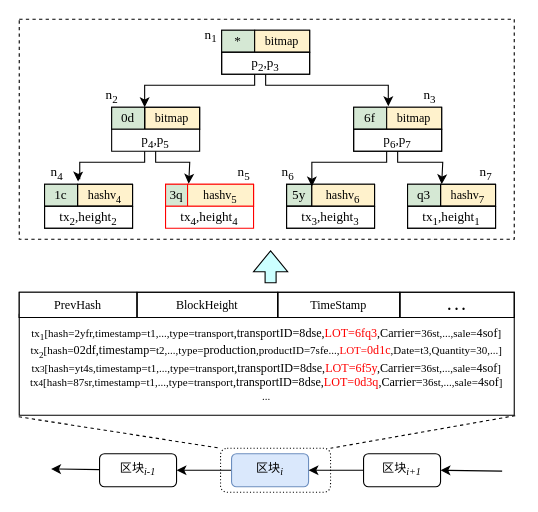
Earlier version of the draw.io diagram page "3.5" (8 of 21) of 未命名绘图.drawio (jue73/7339). Source tidied: cells renumbered, new cells numbered last; positions are measured from the earlier drawing's top-left corner, leaving out a move shared by most shapes. Both pictures are drawn from the tidied source at 110%, with x=0, y=0 at pixel (19, 19).
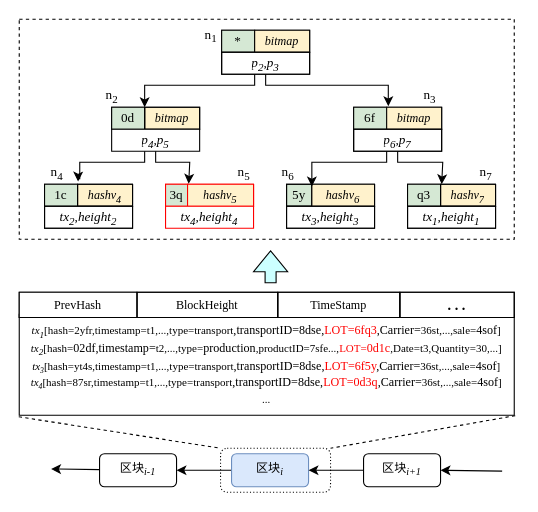
The same diagram, later.

Commit message (it also covers changes not shown here):
更新未命名绘图.drawio

Unchanged cells that the change refers to:
```xml
<mxCell id="4" style="shape=tableRow;horizontal=0;startSize=0;swimlaneHead=0;swimlaneBody=0;top=0;left=0;bottom=0;right=0;fillColor=none;points=[[0,0.5],[1,0.5]];portConstraint=eastwest;rounded=1;labelBorderColor=#FFFFFF;fontFamily=Times New Roman;fontSize=11;" parent="3" vertex="1">
  <mxGeometry width="450" height="92" as="geometry" />
</mxCell>
<mxCell id="23" style="shape=tableRow;horizontal=0;startSize=0;swimlaneHead=0;swimlaneBody=0;strokeColor=inherit;top=0;left=0;bottom=0;right=0;fillColor=none;points=[[0,0.5],[1,0.5]];portConstraint=eastwest;" parent="22" vertex="1">
  <mxGeometry width="80" height="20" as="geometry" />
</mxCell>
<mxCell id="27" style="shape=tableRow;horizontal=0;startSize=0;swimlaneHead=0;swimlaneBody=0;strokeColor=inherit;top=0;left=0;bottom=0;right=0;fillColor=none;points=[[0,0.5],[1,0.5]];portConstraint=eastwest;absoluteArcSize=0;labelBorderColor=#FF0000;" parent="26" vertex="1">
  <mxGeometry width="80" height="20" as="geometry" />
</mxCell>
<mxCell id="31" style="shape=tableRow;horizontal=0;startSize=0;swimlaneHead=0;swimlaneBody=0;strokeColor=inherit;top=0;left=0;bottom=0;right=0;fillColor=none;" parent="30" vertex="1">
  <mxGeometry width="80" height="20" as="geometry" />
</mxCell>
<mxCell id="35" style="shape=tableRow;horizontal=0;startSize=0;swimlaneHead=0;swimlaneBody=0;strokeColor=inherit;top=0;left=0;bottom=0;right=0;fillColor=none;points=[[0,0.5],[1,0.5]];portConstraint=eastwest;" parent="34" vertex="1">
  <mxGeometry width="80" height="20" as="geometry" />
</mxCell>
<mxCell id="39" style="shape=tableRow;horizontal=0;startSize=0;swimlaneHead=0;swimlaneBody=0;strokeColor=inherit;top=0;left=0;bottom=0;right=0;fillColor=none;points=[[0,0.5],[1,0.5]];portConstraint=eastwest;" parent="38" vertex="1">
  <mxGeometry width="80" height="20" as="geometry" />
</mxCell>
<mxCell id="43" style="shape=tableRow;horizontal=0;startSize=0;swimlaneHead=0;swimlaneBody=0;strokeColor=inherit;top=0;left=0;bottom=0;right=0;fillColor=none;points=[[0,0.5],[1,0.5]];portConstraint=eastwest;" parent="42" vertex="1">
  <mxGeometry width="80" height="20" as="geometry" />
</mxCell>
<mxCell id="47" style="shape=tableRow;horizontal=0;startSize=0;swimlaneHead=0;swimlaneBody=0;strokeColor=inherit;top=0;left=0;bottom=0;right=0;fillColor=none;" parent="46" vertex="1">
  <mxGeometry width="80" height="20" as="geometry" />
</mxCell>
<mxCell id="52" style="shape=tableRow;horizontal=0;startSize=0;swimlaneHead=0;swimlaneBody=0;strokeColor=inherit;top=0;left=0;bottom=0;right=0;fillColor=none;" parent="51" vertex="1">
  <mxGeometry width="80" height="20" as="geometry" />
</mxCell>
<mxCell id="57" style="shape=tableRow;horizontal=0;startSize=0;swimlaneHead=0;swimlaneBody=0;strokeColor=inherit;top=0;left=0;bottom=0;right=0;fillColor=none;" parent="56" vertex="1">
  <mxGeometry width="80" height="20" as="geometry" />
</mxCell>
<mxCell id="60" style="shape=tableRow;horizontal=0;startSize=0;swimlaneHead=0;swimlaneBody=0;strokeColor=inherit;top=0;left=0;bottom=0;right=0;fillColor=none;points=[[0,0.5],[1,0.5]];portConstraint=eastwest;" parent="59" vertex="1">
  <mxGeometry width="80" height="20" as="geometry" />
</mxCell>
<mxCell id="63" style="shape=tableRow;horizontal=0;startSize=0;swimlaneHead=0;swimlaneBody=0;strokeColor=inherit;top=0;left=0;bottom=0;right=0;fillColor=none;" parent="62" vertex="1">
  <mxGeometry width="80" height="20" as="geometry" />
</mxCell>
<mxCell id="66" style="shape=tableRow;horizontal=0;startSize=0;swimlaneHead=0;swimlaneBody=0;strokeColor=inherit;top=0;left=0;bottom=0;right=0;fillColor=none;" parent="65" vertex="1">
  <mxGeometry width="80" height="20" as="geometry" />
</mxCell>
<mxCell id="69" style="shape=tableRow;horizontal=0;startSize=0;swimlaneHead=0;swimlaneBody=0;strokeColor=inherit;top=0;left=0;bottom=0;right=0;fillColor=none;points=[[0,0.5],[1,0.5]];portConstraint=eastwest;" parent="68" vertex="1">
  <mxGeometry width="80" height="20" as="geometry" />
</mxCell>
<mxCell id="72" style="shape=tableRow;horizontal=0;startSize=0;swimlaneHead=0;swimlaneBody=0;strokeColor=inherit;top=0;left=0;bottom=0;right=0;fillColor=none;points=[[0,0.5],[1,0.5]];portConstraint=eastwest;" parent="71" vertex="1">
  <mxGeometry width="80" height="20" as="geometry" />
</mxCell>
```

The edit, as a diff of the source:
```diff
@@
+    <mxCell id="86" style="rounded=0;whiteSpace=wrap;html=1;fillColor=none;dashed=1;" parent="1" vertex="1">
+      <mxGeometry width="450" height="200" as="geometry" />
+    </mxCell>
@@
-    <mxCell id="5" value="&lt;span style=&quot;font-size: 10px;&quot;&gt;tx&lt;sub&gt;1&lt;/sub&gt;[hash=2yfr,timestamp=t1,...,type=transport&lt;/span&gt;&lt;span style=&quot;font-family: &amp;quot;Times New Roman&amp;quot;, serif;&quot; lang=&quot;EN-US&quot;&gt;,transportID=8dse&lt;/span&gt;,&lt;font color=&quot;#ff0000&quot;&gt;LOT=6fq3&lt;/font&gt;,Carrier=&lt;span style=&quot;font-size: 10px;&quot;&gt;36st,&lt;/span&gt;&lt;span style=&quot;font-size: 10px;&quot;&gt;...,sale=&lt;/span&gt;&lt;span style=&quot;font-family: &amp;quot;Times New Roman&amp;quot;, serif;&quot; lang=&quot;EN-US&quot;&gt;&lt;font style=&quot;font-size: 11px;&quot;&gt;4sof&lt;/font&gt;&lt;/span&gt;&lt;span style=&quot;font-size: 10px;&quot;&gt;]&lt;/span&gt;&lt;div&gt;&lt;font face=&quot;Times New Roman&quot;&gt;&lt;span style=&quot;font-size: 10px;&quot;&gt;tx&lt;sub&gt;2&lt;/sub&gt;[hash=&lt;/span&gt;02df,timestamp=&lt;span style=&quot;font-size: 10px;&quot;&gt;t2,...,type=&lt;/span&gt;&lt;/font&gt;&lt;span style=&quot;font-family: &amp;quot;Times New Roman&amp;quot;, serif;&quot;&gt;production&lt;/span&gt;&lt;font face=&quot;Times New Roman&quot;&gt;&lt;span style=&quot;&quot; lang=&quot;EN-US&quot;&gt;&lt;font style=&quot;font-size: 10px;&quot;&gt;,productID=7sfe...,&lt;font color=&quot;#ff0000&quot;&gt;LOT=&lt;/font&gt;&lt;/font&gt;&lt;/span&gt;&lt;span style=&quot;border-color: var(--border-color); font-size: 10px;&quot;&gt;&lt;span style=&quot;font-size: 11px;&quot;&gt;&lt;font color=&quot;#ff0000&quot;&gt;0d1c&lt;/font&gt;&lt;/span&gt;,Date=t3,Quantity=30,&lt;/span&gt;&lt;span style=&quot;font-size: 10px;&quot;&gt;...]&lt;/span&gt;&lt;/font&gt;&lt;/div&gt;&lt;div&gt;&lt;span style=&quot;background-color: initial; font-size: 10px;&quot;&gt;tx&lt;/span&gt;&lt;span style=&quot;background-color: initial; font-size: 8.33333px;&quot;&gt;3&lt;/span&gt;&lt;span style=&quot;background-color: initial; font-size: 10px;&quot;&gt;[hash=yt4s,timestamp=t1,...,type=transport&lt;/span&gt;&lt;span style=&quot;background-color: initial; font-family: &amp;quot;Times New Roman&amp;quot;, serif;&quot; lang=&quot;EN-US&quot;&gt;,transportID=8dse&lt;/span&gt;&lt;span style=&quot;background-color: initial;&quot;&gt;,&lt;font color=&quot;#ff0000&quot;&gt;LOT=6f5y&lt;/font&gt;,Carrier=&lt;/span&gt;&lt;span style=&quot;background-color: initial; font-size: 10px;&quot;&gt;36st,&lt;/span&gt;&lt;span style=&quot;background-color: initial; font-size: 10px;&quot;&gt;...,sale=&lt;/span&gt;&lt;span style=&quot;background-color: initial; font-family: &amp;quot;Times New Roman&amp;quot;, serif;&quot; lang=&quot;EN-US&quot;&gt;4sof&lt;/span&gt;&lt;span style=&quot;background-color: initial; font-size: 10px;&quot;&gt;]&lt;/span&gt;&lt;/div&gt;&lt;div&gt;&lt;span style=&quot;font-size: 10px;&quot;&gt;tx&lt;/span&gt;&lt;span style=&quot;font-size: 8.33333px;&quot;&gt;4&lt;/span&gt;&lt;span style=&quot;font-size: 10px;&quot;&gt;[hash=87sr,timestamp=t1,...,type=transport&lt;/span&gt;&lt;span style=&quot;font-family: &amp;quot;Times New Roman&amp;quot;, serif;&quot; lang=&quot;EN-US&quot;&gt;,transportID=8dse&lt;/span&gt;,&lt;font color=&quot;#ff0000&quot;&gt;LOT=0d3q&lt;/font&gt;,Carrier=&lt;span style=&quot;font-size: 10px;&quot;&gt;36st,&lt;/span&gt;&lt;span style=&quot;font-size: 10px;&quot;&gt;...,sale=&lt;/span&gt;&lt;span style=&quot;font-family: &amp;quot;Times New Roman&amp;quot;, serif;&quot; lang=&quot;EN-US&quot;&gt;4sof&lt;/span&gt;&lt;span style=&quot;font-size: 10px;&quot;&gt;]&lt;/span&gt;&lt;div&gt;&lt;span style=&quot;font-size: 10px;&quot;&gt;...&lt;/span&gt;&lt;/div&gt;&lt;/div&gt;" style="shape=partialRectangle;html=1;whiteSpace=wrap;overflow=hidden;fillColor=none;top=0;left=0;bottom=0;right=0;rounded=1;labelBorderColor=#FFFFFF;fontFamily=Times New Roman;fontSize=11;" parent="4" vertex="1">
+    <mxCell id="5" value="&lt;span style=&quot;font-size: 10px;&quot;&gt;&lt;i&gt;tx&lt;sub&gt;1&lt;/sub&gt;&lt;/i&gt;[hash=2yfr,timestamp=t1,...,type=transport&lt;/span&gt;&lt;span style=&quot;font-family: &amp;quot;Times New Roman&amp;quot;, serif;&quot; lang=&quot;EN-US&quot;&gt;,transportID=8dse&lt;/span&gt;,&lt;font color=&quot;#ff0000&quot;&gt;LOT=6fq3&lt;/font&gt;,Carrier=&lt;span style=&quot;font-size: 10px;&quot;&gt;36st,&lt;/span&gt;&lt;span style=&quot;font-size: 10px;&quot;&gt;...,sale=&lt;/span&gt;&lt;span style=&quot;font-family: &amp;quot;Times New Roman&amp;quot;, serif;&quot; lang=&quot;EN-US&quot;&gt;&lt;font style=&quot;font-size: 11px;&quot;&gt;4sof&lt;/font&gt;&lt;/span&gt;&lt;span style=&quot;font-size: 10px;&quot;&gt;]&lt;/span&gt;&lt;div&gt;&lt;font face=&quot;Times New Roman&quot;&gt;&lt;span style=&quot;font-size: 10px;&quot;&gt;&lt;i&gt;tx&lt;sub&gt;2&lt;/sub&gt;&lt;/i&gt;[hash=&lt;/span&gt;02df,timestamp=&lt;span style=&quot;font-size: 10px;&quot;&gt;t2,...,type=&lt;/span&gt;&lt;/font&gt;&lt;span style=&quot;font-family: &amp;quot;Times New Roman&amp;quot;, serif;&quot;&gt;production&lt;/span&gt;&lt;font face=&quot;Times New Roman&quot;&gt;&lt;span style=&quot;&quot; lang=&quot;EN-US&quot;&gt;&lt;font style=&quot;font-size: 10px;&quot;&gt;,productID=7sfe...,&lt;font color=&quot;#ff0000&quot;&gt;LOT=&lt;/font&gt;&lt;/font&gt;&lt;/span&gt;&lt;span style=&quot;border-color: var(--border-color); font-size: 10px;&quot;&gt;&lt;span style=&quot;font-size: 11px;&quot;&gt;&lt;font color=&quot;#ff0000&quot;&gt;0d1c&lt;/font&gt;&lt;/span&gt;,Date=t3,Quantity=30,&lt;/span&gt;&lt;span style=&quot;font-size: 10px;&quot;&gt;...]&lt;/span&gt;&lt;/font&gt;&lt;/div&gt;&lt;div&gt;&lt;i&gt;&lt;span style=&quot;background-color: initial; font-size: 10px;&quot;&gt;tx&lt;/span&gt;&lt;span style=&quot;background-color: initial; font-size: 8.33333px;&quot;&gt;&lt;sub&gt;3&lt;/sub&gt;&lt;/span&gt;&lt;/i&gt;&lt;span style=&quot;background-color: initial; font-size: 10px;&quot;&gt;[hash=yt4s,timestamp=t1,...,type=transport&lt;/span&gt;&lt;span style=&quot;background-color: initial; font-family: &amp;quot;Times New Roman&amp;quot;, serif;&quot; lang=&quot;EN-US&quot;&gt;,transportID=8dse&lt;/span&gt;&lt;span style=&quot;background-color: initial;&quot;&gt;,&lt;font color=&quot;#ff0000&quot;&gt;LOT=6f5y&lt;/font&gt;,Carrier=&lt;/span&gt;&lt;span style=&quot;background-color: initial; font-size: 10px;&quot;&gt;36st,&lt;/span&gt;&lt;span style=&quot;background-color: initial; font-size: 10px;&quot;&gt;...,sale=&lt;/span&gt;&lt;span style=&quot;background-color: initial; font-family: &amp;quot;Times New Roman&amp;quot;, serif;&quot; lang=&quot;EN-US&quot;&gt;4sof&lt;/span&gt;&lt;span style=&quot;background-color: initial; font-size: 10px;&quot;&gt;]&lt;/span&gt;&lt;/div&gt;&lt;div&gt;&lt;i&gt;&lt;span style=&quot;font-size: 10px;&quot;&gt;tx&lt;/span&gt;&lt;span style=&quot;font-size: 8.33333px;&quot;&gt;&lt;sub&gt;4&lt;/sub&gt;&lt;/span&gt;&lt;/i&gt;&lt;span style=&quot;font-size: 10px;&quot;&gt;[hash=87sr,timestamp=t1,...,type=transport&lt;/span&gt;&lt;span style=&quot;font-family: &amp;quot;Times New Roman&amp;quot;, serif;&quot; lang=&quot;EN-US&quot;&gt;,transportID=8dse&lt;/span&gt;,&lt;font color=&quot;#ff0000&quot;&gt;LOT=0d3q&lt;/font&gt;,Carrier=&lt;span style=&quot;font-size: 10px;&quot;&gt;36st,&lt;/span&gt;&lt;span style=&quot;font-size: 10px;&quot;&gt;...,sale=&lt;/span&gt;&lt;span style=&quot;font-family: &amp;quot;Times New Roman&amp;quot;, serif;&quot; lang=&quot;EN-US&quot;&gt;4sof&lt;/span&gt;&lt;span style=&quot;font-size: 10px;&quot;&gt;]&lt;/span&gt;&lt;div&gt;&lt;span style=&quot;font-size: 10px;&quot;&gt;...&lt;/span&gt;&lt;/div&gt;&lt;/div&gt;" style="shape=partialRectangle;html=1;whiteSpace=wrap;overflow=hidden;fillColor=none;top=0;left=0;bottom=0;right=0;rounded=1;labelBorderColor=#FFFFFF;fontFamily=Times New Roman;fontSize=11;" parent="4" vertex="1">
       <mxGeometry width="450" height="92" as="geometry" />
     </mxCell>
@@
-    <mxCell id="25" value="&lt;span style=&quot;&quot; lang=&quot;EN-US&quot;&gt;&lt;font style=&quot;font-size: 11px;&quot; face=&quot;Times New Roman&quot;&gt;hashv&lt;sub&gt;4&lt;/sub&gt;&lt;/font&gt;&lt;/span&gt;" style="shape=partialRectangle;html=1;whiteSpace=wrap;strokeColor=inherit;overflow=hidden;fillColor=none;top=1;left=1;bottom=1;right=1;" parent="23" vertex="1">
+    <mxCell id="25" value="&lt;span style=&quot;&quot; lang=&quot;EN-US&quot;&gt;&lt;font style=&quot;font-size: 11px;&quot; face=&quot;Times New Roman&quot;&gt;&lt;i&gt;hashv&lt;sub&gt;4&lt;/sub&gt;&lt;/i&gt;&lt;/font&gt;&lt;/span&gt;" style="shape=partialRectangle;html=1;whiteSpace=wrap;strokeColor=inherit;overflow=hidden;fillColor=none;top=1;left=1;bottom=1;right=1;" parent="23" vertex="1">
       <mxGeometry x="30" width="50" height="20" as="geometry" />
     </mxCell>
@@
-    <mxCell id="29" value="&lt;span style=&quot;font-family: &amp;quot;Times New Roman&amp;quot;; font-size: 11px;&quot;&gt;hashv&lt;/span&gt;&lt;sub style=&quot;font-family: &amp;quot;Times New Roman&amp;quot;;&quot;&gt;5&lt;/sub&gt;" style="shape=partialRectangle;html=1;whiteSpace=wrap;strokeColor=#FF0000;overflow=hidden;fillColor=#fff2cc;top=1;left=1;bottom=1;right=1;" parent="27" vertex="1">
+    <mxCell id="29" value="&lt;i&gt;&lt;span style=&quot;font-family: &amp;quot;Times New Roman&amp;quot;; font-size: 11px;&quot;&gt;hashv&lt;/span&gt;&lt;sub style=&quot;font-family: &amp;quot;Times New Roman&amp;quot;;&quot;&gt;5&lt;/sub&gt;&lt;/i&gt;" style="shape=partialRectangle;html=1;whiteSpace=wrap;strokeColor=#FF0000;overflow=hidden;fillColor=#fff2cc;top=1;left=1;bottom=1;right=1;" parent="27" vertex="1">
       <mxGeometry x="20" width="60" height="20" as="geometry" />
     </mxCell>
@@
-    <mxCell id="33" value="&lt;span style=&quot;font-family: &amp;quot;Times New Roman&amp;quot;; font-size: 11px;&quot;&gt;hashv&lt;/span&gt;&lt;sub style=&quot;font-family: &amp;quot;Times New Roman&amp;quot;;&quot;&gt;6&lt;/sub&gt;" style="shape=partialRectangle;html=1;whiteSpace=wrap;strokeColor=#000000;overflow=hidden;fillColor=#fff2cc;top=1;left=1;bottom=1;right=1;" parent="31" vertex="1">
+    <mxCell id="33" value="&lt;i&gt;&lt;span style=&quot;font-family: &amp;quot;Times New Roman&amp;quot;; font-size: 11px;&quot;&gt;hashv&lt;/span&gt;&lt;sub style=&quot;font-family: &amp;quot;Times New Roman&amp;quot;;&quot;&gt;6&lt;/sub&gt;&lt;/i&gt;" style="shape=partialRectangle;html=1;whiteSpace=wrap;strokeColor=#000000;overflow=hidden;fillColor=#fff2cc;top=1;left=1;bottom=1;right=1;" parent="31" vertex="1">
       <mxGeometry x="23" width="57" height="20" as="geometry" />
     </mxCell>
@@
-    <mxCell id="37" value="&lt;span style=&quot;font-family: &amp;quot;Times New Roman&amp;quot;; font-size: 11px;&quot;&gt;hashv&lt;/span&gt;&lt;sub style=&quot;font-family: &amp;quot;Times New Roman&amp;quot;;&quot;&gt;7&lt;/sub&gt;" style="shape=partialRectangle;html=1;whiteSpace=wrap;strokeColor=inherit;overflow=hidden;fillColor=none;top=1;left=1;bottom=1;right=1;" parent="35" vertex="1">
+    <mxCell id="37" value="&lt;i&gt;&lt;span style=&quot;font-family: &amp;quot;Times New Roman&amp;quot;; font-size: 11px;&quot;&gt;hashv&lt;/span&gt;&lt;sub style=&quot;font-family: &amp;quot;Times New Roman&amp;quot;;&quot;&gt;7&lt;/sub&gt;&lt;/i&gt;" style="shape=partialRectangle;html=1;whiteSpace=wrap;strokeColor=inherit;overflow=hidden;fillColor=none;top=1;left=1;bottom=1;right=1;" parent="35" vertex="1">
       <mxGeometry x="30" width="50" height="20" as="geometry" />
     </mxCell>
@@
-    <mxCell id="41" value="&lt;span style=&quot;&quot; lang=&quot;EN-US&quot;&gt;&lt;font style=&quot;font-size: 11px;&quot; face=&quot;Times New Roman&quot;&gt;bitmap&lt;/font&gt;&lt;/span&gt;" style="shape=partialRectangle;html=1;whiteSpace=wrap;strokeColor=inherit;overflow=hidden;fillColor=none;top=1;left=1;bottom=1;right=1;" parent="39" vertex="1">
+    <mxCell id="41" value="&lt;span style=&quot;&quot; lang=&quot;EN-US&quot;&gt;&lt;font style=&quot;font-size: 11px;&quot; face=&quot;Times New Roman&quot;&gt;&lt;i&gt;bitmap&lt;/i&gt;&lt;/font&gt;&lt;/span&gt;" style="shape=partialRectangle;html=1;whiteSpace=wrap;strokeColor=inherit;overflow=hidden;fillColor=none;top=1;left=1;bottom=1;right=1;" parent="39" vertex="1">
       <mxGeometry x="30" width="50" height="20" as="geometry" />
     </mxCell>
@@
-    <mxCell id="45" value="&lt;span style=&quot;&quot; lang=&quot;EN-US&quot;&gt;&lt;font style=&quot;font-size: 11px;&quot; face=&quot;Times New Roman&quot;&gt;bitmap&lt;/font&gt;&lt;/span&gt;" style="shape=partialRectangle;html=1;whiteSpace=wrap;strokeColor=#000000;overflow=hidden;fillColor=#fff2cc;top=1;left=1;bottom=1;right=1;" parent="43" vertex="1">
+    <mxCell id="45" value="&lt;span style=&quot;&quot; lang=&quot;EN-US&quot;&gt;&lt;font style=&quot;font-size: 11px;&quot; face=&quot;Times New Roman&quot;&gt;&lt;i&gt;bitmap&lt;/i&gt;&lt;/font&gt;&lt;/span&gt;" style="shape=partialRectangle;html=1;whiteSpace=wrap;strokeColor=#000000;overflow=hidden;fillColor=#fff2cc;top=1;left=1;bottom=1;right=1;" parent="43" vertex="1">
       <mxGeometry x="30" width="50" height="20" as="geometry" />
     </mxCell>
@@
-    <mxCell id="49" value="&lt;span style=&quot;&quot; lang=&quot;EN-US&quot;&gt;&lt;font face=&quot;Times New Roman&quot; style=&quot;font-size: 11px;&quot;&gt;bitmap&lt;/font&gt;&lt;/span&gt;" style="shape=partialRectangle;html=1;whiteSpace=wrap;strokeColor=#000000;overflow=hidden;fillColor=#fff2cc;top=1;left=1;bottom=1;right=1;strokeWidth=1;" parent="47" vertex="1">
+    <mxCell id="49" value="&lt;span style=&quot;&quot; lang=&quot;EN-US&quot;&gt;&lt;font face=&quot;Times New Roman&quot; style=&quot;font-size: 11px;&quot;&gt;&lt;i&gt;bitmap&lt;/i&gt;&lt;/font&gt;&lt;/span&gt;" style="shape=partialRectangle;html=1;whiteSpace=wrap;strokeColor=#000000;overflow=hidden;fillColor=#fff2cc;top=1;left=1;bottom=1;right=1;strokeWidth=1;" parent="47" vertex="1">
       <mxGeometry x="30" width="50" height="20" as="geometry" />
     </mxCell>
@@
-    <mxCell id="53" value="&lt;font face=&quot;Times New Roman&quot;&gt;tx&lt;sub&gt;2&lt;/sub&gt;,height&lt;sub&gt;2&lt;/sub&gt;&lt;/font&gt;" style="shape=partialRectangle;html=1;whiteSpace=wrap;strokeColor=inherit;overflow=hidden;fillColor=none;top=1;left=1;bottom=1;right=1;" parent="52" vertex="1">
+    <mxCell id="53" value="&lt;font face=&quot;Times New Roman&quot;&gt;&lt;i&gt;tx&lt;sub&gt;2&lt;/sub&gt;&lt;/i&gt;,&lt;i&gt;height&lt;sub&gt;2&lt;/sub&gt;&lt;/i&gt;&lt;/font&gt;" style="shape=partialRectangle;html=1;whiteSpace=wrap;strokeColor=inherit;overflow=hidden;fillColor=none;top=1;left=1;bottom=1;right=1;" parent="52" vertex="1">
       <mxGeometry width="80" height="20" as="geometry" />
     </mxCell>
@@
-    <mxCell id="58" value="&lt;font face=&quot;Times New Roman&quot;&gt;tx&lt;sub&gt;4&lt;/sub&gt;,height&lt;sub&gt;4&lt;/sub&gt;&lt;/font&gt;" style="shape=partialRectangle;html=1;whiteSpace=wrap;strokeColor=inherit;overflow=hidden;fillColor=none;top=0;left=0;bottom=0;right=0;" parent="57" vertex="1">
+    <mxCell id="58" value="&lt;font face=&quot;Times New Roman&quot;&gt;&lt;i&gt;tx&lt;sub&gt;4&lt;/sub&gt;,height&lt;sub&gt;4&lt;/sub&gt;&lt;/i&gt;&lt;/font&gt;" style="shape=partialRectangle;html=1;whiteSpace=wrap;strokeColor=inherit;overflow=hidden;fillColor=none;top=0;left=0;bottom=0;right=0;" parent="57" vertex="1">
       <mxGeometry width="80" height="20" as="geometry" />
     </mxCell>
@@
-    <mxCell id="61" value="&lt;font face=&quot;Times New Roman&quot;&gt;p&lt;sub&gt;4&lt;/sub&gt;,p&lt;sub&gt;5&lt;/sub&gt;&lt;/font&gt;" style="shape=partialRectangle;html=1;whiteSpace=wrap;strokeColor=inherit;overflow=hidden;fillColor=none;top=0;left=0;bottom=0;right=0;" parent="60" vertex="1">
+    <mxCell id="61" value="&lt;font face=&quot;Times New Roman&quot;&gt;&lt;i&gt;p&lt;sub&gt;4&lt;/sub&gt;,p&lt;sub&gt;5&lt;/sub&gt;&lt;/i&gt;&lt;/font&gt;" style="shape=partialRectangle;html=1;whiteSpace=wrap;strokeColor=inherit;overflow=hidden;fillColor=none;top=0;left=0;bottom=0;right=0;" parent="60" vertex="1">
       <mxGeometry width="80" height="20" as="geometry" />
     </mxCell>
@@
-    <mxCell id="64" value="&lt;font face=&quot;Times New Roman&quot;&gt;tx&lt;sub&gt;3&lt;/sub&gt;,height&lt;sub&gt;3&lt;/sub&gt;&lt;/font&gt;" style="shape=partialRectangle;html=1;whiteSpace=wrap;strokeColor=inherit;overflow=hidden;fillColor=none;top=1;left=1;bottom=1;right=1;" parent="63" vertex="1">
+    <mxCell id="64" value="&lt;font face=&quot;Times New Roman&quot;&gt;&lt;i&gt;tx&lt;sub&gt;3&lt;/sub&gt;,height&lt;sub&gt;3&lt;/sub&gt;&lt;/i&gt;&lt;/font&gt;" style="shape=partialRectangle;html=1;whiteSpace=wrap;strokeColor=inherit;overflow=hidden;fillColor=none;top=1;left=1;bottom=1;right=1;" parent="63" vertex="1">
       <mxGeometry width="80" height="20" as="geometry" />
     </mxCell>
@@
-    <mxCell id="67" value="&lt;font face=&quot;Times New Roman&quot;&gt;tx&lt;sub&gt;1&lt;/sub&gt;,height&lt;sub&gt;1&lt;/sub&gt;&lt;/font&gt;" style="shape=partialRectangle;html=1;whiteSpace=wrap;strokeColor=inherit;overflow=hidden;fillColor=none;top=1;left=1;bottom=1;right=1;" parent="66" vertex="1">
+    <mxCell id="67" value="&lt;font face=&quot;Times New Roman&quot;&gt;&lt;i&gt;tx&lt;sub&gt;1&lt;/sub&gt;,height&lt;sub&gt;1&lt;/sub&gt;&lt;/i&gt;&lt;/font&gt;" style="shape=partialRectangle;html=1;whiteSpace=wrap;strokeColor=inherit;overflow=hidden;fillColor=none;top=1;left=1;bottom=1;right=1;" parent="66" vertex="1">
       <mxGeometry width="80" height="20" as="geometry" />
     </mxCell>
@@
-    <mxCell id="70" value="&lt;font face=&quot;Times New Roman&quot;&gt;p&lt;sub&gt;6&lt;/sub&gt;,p&lt;sub&gt;7&lt;/sub&gt;&lt;/font&gt;" style="shape=partialRectangle;html=1;whiteSpace=wrap;strokeColor=inherit;overflow=hidden;fillColor=none;top=1;left=1;bottom=1;right=1;" parent="69" vertex="1">
+    <mxCell id="70" value="&lt;font face=&quot;Times New Roman&quot;&gt;&lt;i&gt;p&lt;sub&gt;6&lt;/sub&gt;,p&lt;sub&gt;7&lt;/sub&gt;&lt;/i&gt;&lt;/font&gt;" style="shape=partialRectangle;html=1;whiteSpace=wrap;strokeColor=inherit;overflow=hidden;fillColor=none;top=1;left=1;bottom=1;right=1;" parent="69" vertex="1">
       <mxGeometry width="80" height="20" as="geometry" />
     </mxCell>
@@
-    <mxCell id="73" value="&lt;font face=&quot;Times New Roman&quot;&gt;p&lt;sub&gt;2&lt;/sub&gt;,p&lt;sub&gt;3&lt;/sub&gt;&lt;/font&gt;" style="shape=partialRectangle;html=1;whiteSpace=wrap;strokeColor=inherit;overflow=hidden;fillColor=none;top=1;left=1;bottom=1;right=1;" parent="72" vertex="1">
+    <mxCell id="73" value="&lt;font face=&quot;Times New Roman&quot;&gt;&lt;i&gt;p&lt;sub&gt;2&lt;/sub&gt;,p&lt;sub&gt;3&lt;/sub&gt;&lt;/i&gt;&lt;/font&gt;" style="shape=partialRectangle;html=1;whiteSpace=wrap;strokeColor=inherit;overflow=hidden;fillColor=none;top=1;left=1;bottom=1;right=1;" parent="72" vertex="1">
       <mxGeometry width="80" height="20" as="geometry" />
     </mxCell>
@@
-    <mxCell id="86" style="rounded=0;whiteSpace=wrap;html=1;fillColor=none;dashed=1;" parent="1" vertex="1">
-      <mxGeometry width="450" height="200" as="geometry" />
-    </mxCell>
```
